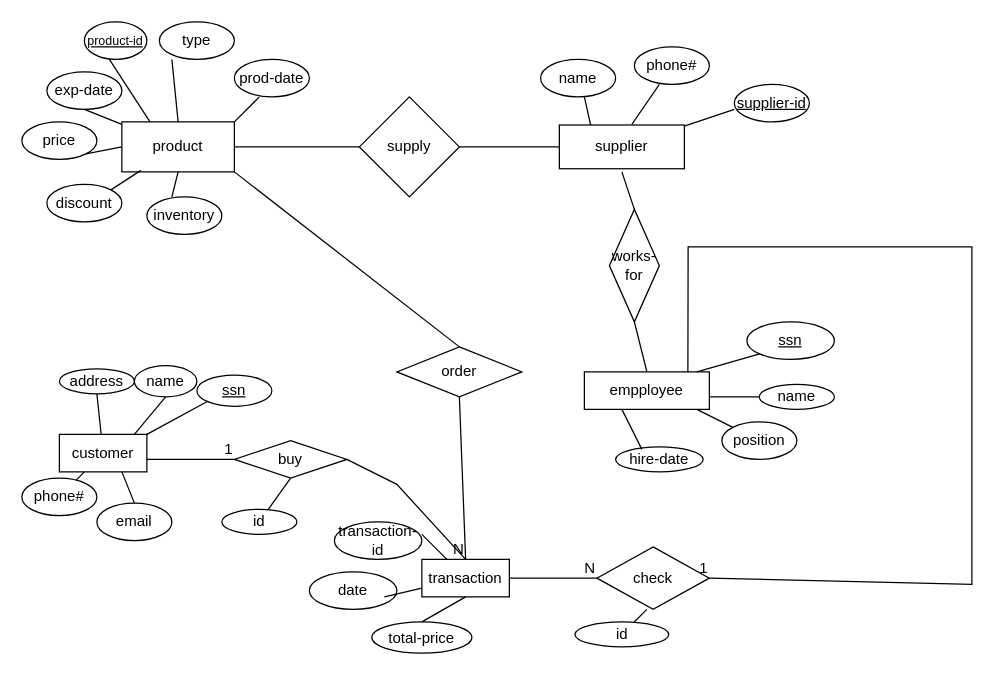
The draw.io diagram Untitled Diagram.drawio in lywamr/discrete-fourie-transform-project, before the edit. Source tidied: cells renumbered, new cells numbered last; positions are measured from the earlier drawing's top-left corner, leaving out a move shared by most shapes. Both pictures are drawn from the tidied source at 125%, with x=0, y=0 at pixel (21, 21).
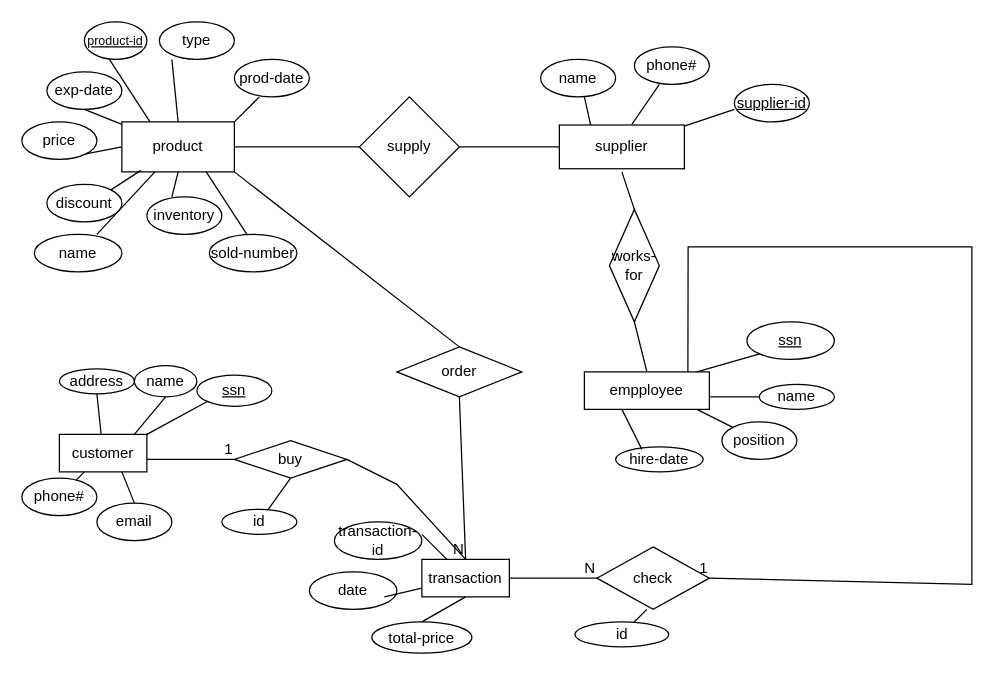
The same diagram, later.

The change refers to these unchanged cells:
```xml
<mxCell id="2" value="product" style="rounded=0;whiteSpace=wrap;html=1;" parent="1" vertex="1">
  <mxGeometry x="80" y="80" width="90" height="40" as="geometry" />
</mxCell>
```

Diff of the diagram source:
```diff
@@
+    <mxCell id="74" value="name" style="ellipse;whiteSpace=wrap;html=1;align=center;" parent="1" vertex="1">
+      <mxGeometry x="10" y="170" width="70" height="30" as="geometry" />
+    </mxCell>
+    <mxCell id="75" value="sold-number" style="ellipse;whiteSpace=wrap;html=1;align=center;" parent="1" vertex="1">
+      <mxGeometry x="150" y="170" width="70" height="30" as="geometry" />
+    </mxCell>
+    <mxCell id="76" style="endArrow=none;html=1;rounded=0;" parent="1" edge="1" target="2">
+      <mxGeometry relative="1" as="geometry">
+        <mxPoint x="60" y="170" as="sourcePoint" />
+      </mxGeometry>
+    </mxCell>
+    <mxCell id="77" style="endArrow=none;html=1;rounded=0;entryX=0.75;entryY=1;entryDx=0;entryDy=0;" parent="1" edge="1" target="2">
+      <mxGeometry relative="1" as="geometry">
+        <mxPoint x="180" y="170" as="sourcePoint" />
+      </mxGeometry>
+    </mxCell>
```
